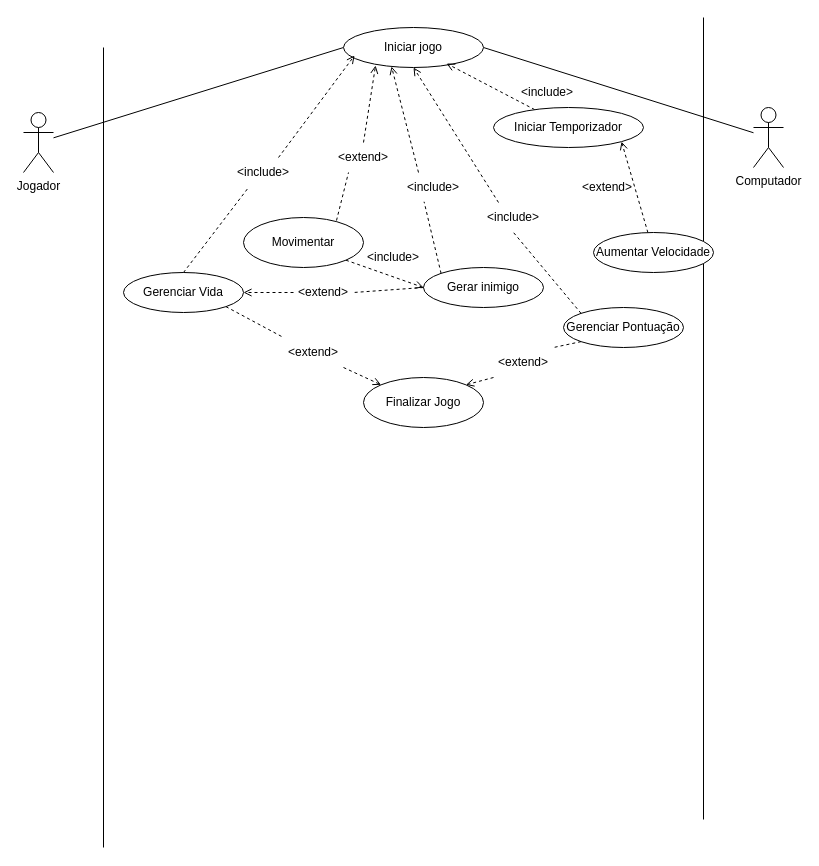
The draw.io diagram Diagrama sem nome.drawio in yuritelis/atvmusica, before the edit. Source tidied: cells renumbered, new cells numbered last; positions are measured from the earlier drawing's top-left corner, leaving out a move shared by most shapes. Both pictures are drawn from the tidied source at 100%, with x=0, y=0 at pixel (23, 17).
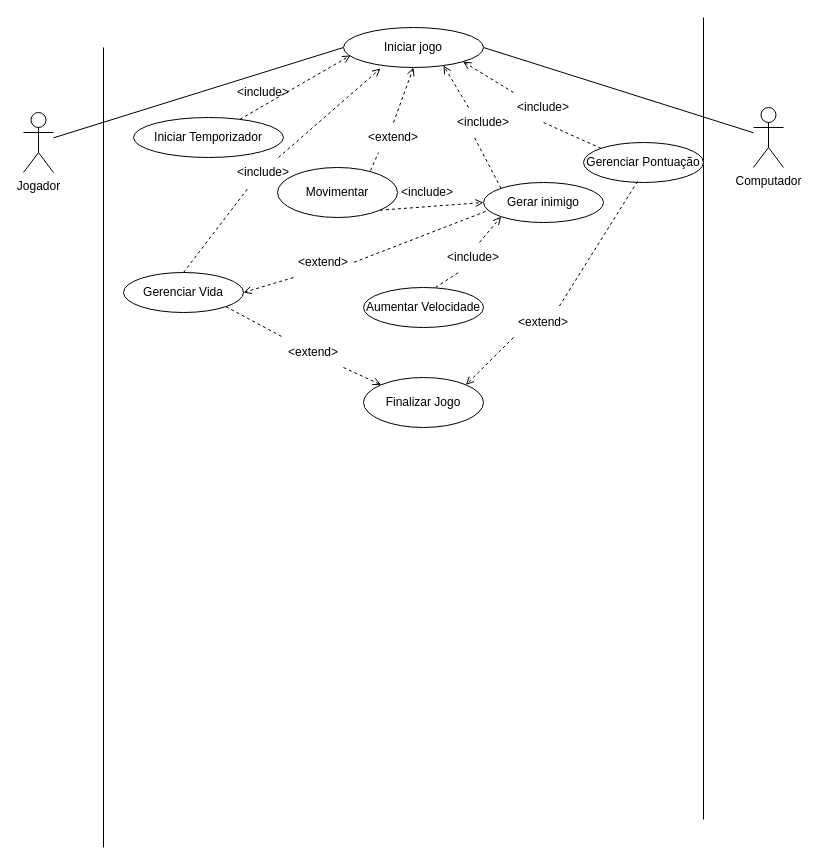
After the change.

Unchanged cells that the change refers to:
```xml
<mxCell id="8" value="Iniciar jogo" style="ellipse;whiteSpace=wrap;html=1;" parent="1" vertex="1">
  <mxGeometry x="320" y="10" width="140" height="40" as="geometry" />
</mxCell>
<mxCell id="15" value="Gerenciar Vida" style="ellipse;whiteSpace=wrap;html=1;" parent="1" vertex="1">
  <mxGeometry x="100" y="255" width="120" height="40" as="geometry" />
</mxCell>
<mxCell id="40" value="&amp;lt;include&amp;gt;" style="text;html=1;strokeColor=none;fillColor=none;align=center;verticalAlign=middle;whiteSpace=wrap;rounded=0;rotation=0;" parent="1" vertex="1">
  <mxGeometry x="210" y="140" width="60" height="30" as="geometry" />
</mxCell>
```

Change to the diagram source:
```diff
@@
     <mxCell id="10" value="Gerenciar Pontuação" style="ellipse;whiteSpace=wrap;html=1;" parent="1" vertex="1">
-      <mxGeometry x="540" y="290" width="120" height="40" as="geometry" />
+      <mxGeometry x="560" y="125" width="120" height="40" as="geometry" />
     </mxCell>
-    <mxCell id="11" style="rounded=0;jettySize=auto;html=1;exitX=0;exitY=0.5;exitDx=0;exitDy=0;entryX=1;entryY=0.5;entryDx=0;entryDy=0;endArrow=open;endFill=0;dashed=1;" parent="1" edge="1" source="42" target="15">
+    <mxCell id="11" style="rounded=0;jettySize=auto;html=1;exitX=0;exitY=1;exitDx=0;exitDy=0;entryX=1;entryY=0.5;entryDx=0;entryDy=0;endArrow=open;endFill=0;dashed=1;" parent="1" edge="1" source="42" target="15">
       <mxGeometry relative="1" as="geometry" />
     </mxCell>
     <mxCell id="12" value="Gerar inimigo" style="ellipse;whiteSpace=wrap;html=1;" parent="1" vertex="1">
-      <mxGeometry x="400" y="250" width="120" height="40" as="geometry" />
+      <mxGeometry x="460" y="165" width="120" height="40" as="geometry" />
     </mxCell>
-    <mxCell id="13" style="endArrow=open;html=1;rounded=0;entryX=0.5;entryY=1;entryDx=0;entryDy=0;dashed=1;endFill=0;exitX=0.25;exitY=0;exitDx=0;exitDy=0;" parent="1" edge="1" source="33" target="8">
+    <mxCell id="13" style="endArrow=open;html=1;rounded=0;entryX=1;entryY=1;entryDx=0;entryDy=0;dashed=1;endFill=0;exitX=0;exitY=0;exitDx=0;exitDy=0;" parent="1" edge="1" source="33" target="8">
       <mxGeometry relative="1" as="geometry" />
     </mxCell>
@@
-    <mxCell id="16" style="endArrow=open;html=1;rounded=0;exitX=0.75;exitY=0;exitDx=0;exitDy=0;dashed=1;endFill=0;entryX=0.079;entryY=0.7;entryDx=0;entryDy=0;entryPerimeter=0;" parent="1" edge="1" source="40" target="8">
+    <mxCell id="16" style="endArrow=open;html=1;rounded=0;exitX=0.75;exitY=0;exitDx=0;exitDy=0;dashed=1;endFill=0;entryX=0.264;entryY=1.025;entryDx=0;entryDy=0;entryPerimeter=0;" parent="1" edge="1" source="40" target="8">
       <mxGeometry relative="1" as="geometry" />
     </mxCell>
-    <mxCell id="17" style="rounded=0;jettySize=auto;html=1;exitX=0.5;exitY=0;exitDx=0;exitDy=0;entryX=0.229;entryY=0.95;entryDx=0;entryDy=0;entryPerimeter=0;dashed=1;endArrow=open;endFill=0;" parent="1" edge="1" source="31" target="8">
+    <mxCell id="17" style="rounded=0;jettySize=auto;html=1;exitX=0.5;exitY=0;exitDx=0;exitDy=0;entryX=0.5;entryY=1;entryDx=0;entryDy=0;dashed=1;endArrow=open;endFill=0;" parent="1" edge="1" source="31" target="8">
       <mxGeometry relative="1" as="geometry" />
     </mxCell>
     <mxCell id="18" value="Movimentar" style="ellipse;whiteSpace=wrap;html=1;" parent="1" vertex="1">
-      <mxGeometry x="220" y="200" width="120" height="50" as="geometry" />
+      <mxGeometry x="254" y="150" width="120" height="50" as="geometry" />
     </mxCell>
@@
-    <mxCell id="20" style="rounded=0;jettySize=auto;html=1;entryX=1;entryY=1;entryDx=0;entryDy=0;dashed=1;endArrow=open;endFill=0;" parent="1" edge="1" source="21" target="26">
-      <mxGeometry relative="1" as="geometry" />
-    </mxCell>
+    <mxCell id="43" style="rounded=0;jettySize=auto;html=1;exitX=0.6;exitY=0;exitDx=0;exitDy=0;entryX=0;entryY=1;entryDx=0;entryDy=0;exitPerimeter=0;dashed=1;endArrow=open;endFill=0;" parent="1" edge="1" source="45" target="12">
+      <mxGeometry relative="1" as="geometry" />
+    </mxCell>
     <mxCell id="21" value="Aumentar Velocidade" style="ellipse;whiteSpace=wrap;html=1;" parent="1" vertex="1">
-      <mxGeometry x="570" y="215" width="120" height="40" as="geometry" />
+      <mxGeometry x="340" y="270" width="120" height="40" as="geometry" />
     </mxCell>
-    <mxCell id="22" style="endArrow=open;html=1;rounded=0;exitX=0.25;exitY=0;exitDx=0;exitDy=0;dashed=1;endFill=0;entryX=0.343;entryY=0.975;entryDx=0;entryDy=0;entryPerimeter=0;" parent="1" edge="1" source="29" target="8">
+    <mxCell id="22" style="endArrow=open;html=1;rounded=0;exitX=0.25;exitY=0;exitDx=0;exitDy=0;dashed=1;endFill=0;entryX=0.714;entryY=0.95;entryDx=0;entryDy=0;entryPerimeter=0;" parent="1" edge="1" source="29" target="8">
       <mxGeometry relative="1" as="geometry" />
     </mxCell>
     <mxCell id="23" value="&amp;lt;include&amp;gt;" style="text;html=1;strokeColor=none;fillColor=none;align=center;verticalAlign=middle;whiteSpace=wrap;rounded=0;rotation=0;" parent="1" vertex="1">
-      <mxGeometry x="340" y="225" width="60" height="30" as="geometry" />
+      <mxGeometry x="374" y="160" width="60" height="30" as="geometry" />
     </mxCell>
     <mxCell id="24" value="&amp;lt;include&amp;gt;" style="text;html=1;strokeColor=none;fillColor=none;align=center;verticalAlign=middle;whiteSpace=wrap;rounded=0;rotation=0;" parent="1" vertex="1">
-      <mxGeometry x="494" y="60" width="60" height="30" as="geometry" />
+      <mxGeometry x="210" y="60" width="60" height="30" as="geometry" />
     </mxCell>
-    <mxCell id="25" style="rounded=0;jettySize=auto;html=1;entryX=0.736;entryY=0.9;entryDx=0;entryDy=0;entryPerimeter=0;dashed=1;endArrow=open;endFill=0;" parent="1" edge="1" source="26" target="8">
+    <mxCell id="25" style="rounded=0;jettySize=auto;html=1;entryX=0.05;entryY=0.7;entryDx=0;entryDy=0;dashed=1;endArrow=open;endFill=0;entryPerimeter=0;" parent="1" edge="1" source="26" target="8">
       <mxGeometry relative="1" as="geometry" />
     </mxCell>
     <mxCell id="26" value="Iniciar Temporizador" style="ellipse;whiteSpace=wrap;html=1;" parent="1" vertex="1">
-      <mxGeometry x="470" y="90" width="150" height="40" as="geometry" />
+      <mxGeometry x="110" y="100" width="150" height="40" as="geometry" />
     </mxCell>
-    <mxCell id="27" value="&amp;lt;extend&amp;gt;" style="text;html=1;strokeColor=none;fillColor=none;align=center;verticalAlign=middle;whiteSpace=wrap;rounded=0;rotation=0;" parent="1" vertex="1">
-      <mxGeometry x="554" y="155" width="60" height="30" as="geometry" />
-    </mxCell>
@@
     <mxCell id="29" value="&amp;lt;include&amp;gt;" style="text;html=1;strokeColor=none;fillColor=none;align=center;verticalAlign=middle;whiteSpace=wrap;rounded=0;rotation=0;" parent="1" vertex="1">
-      <mxGeometry x="380" y="155" width="60" height="30" as="geometry" />
+      <mxGeometry x="430" y="90" width="60" height="30" as="geometry" />
     </mxCell>
@@
     <mxCell id="31" value="&amp;lt;extend&amp;gt;" style="text;html=1;strokeColor=none;fillColor=none;align=center;verticalAlign=middle;whiteSpace=wrap;rounded=0;rotation=0;" parent="1" vertex="1">
-      <mxGeometry x="310" y="125" width="60" height="30" as="geometry" />
+      <mxGeometry x="340" y="105" width="60" height="30" as="geometry" />
     </mxCell>
@@
     <mxCell id="33" value="&amp;lt;include&amp;gt;" style="text;html=1;strokeColor=none;fillColor=none;align=center;verticalAlign=middle;whiteSpace=wrap;rounded=0;rotation=0;" parent="1" vertex="1">
-      <mxGeometry x="460" y="185" width="60" height="30" as="geometry" />
+      <mxGeometry x="490" y="75" width="60" height="30" as="geometry" />
     </mxCell>
@@
-    <mxCell id="37" style="rounded=0;jettySize=auto;html=1;exitX=0;exitY=1;exitDx=0;exitDy=0;entryX=1;entryY=0;entryDx=0;entryDy=0;dashed=1;endArrow=none;endFill=0;" parent="1" edge="1" source="10" target="38">
+    <mxCell id="37" style="rounded=0;jettySize=auto;html=1;exitX=0.45;exitY=0.975;exitDx=0;exitDy=0;entryX=0.75;entryY=0;entryDx=0;entryDy=0;dashed=1;endArrow=none;endFill=0;exitPerimeter=0;" parent="1" edge="1" source="10" target="38">
       <mxGeometry relative="1" as="geometry" />
     </mxCell>
     <mxCell id="38" value="&amp;lt;extend&amp;gt;" style="text;html=1;strokeColor=none;fillColor=none;align=center;verticalAlign=middle;whiteSpace=wrap;rounded=0;rotation=0;" parent="1" vertex="1">
-      <mxGeometry x="470" y="330" width="60" height="30" as="geometry" />
+      <mxGeometry x="490" y="290" width="60" height="30" as="geometry" />
     </mxCell>
@@
-    <mxCell id="41" style="rounded=0;jettySize=auto;html=1;exitX=0;exitY=0.5;exitDx=0;exitDy=0;entryX=1;entryY=0.5;entryDx=0;entryDy=0;endArrow=none;endFill=0;dashed=1;" parent="1" edge="1" source="12" target="42">
+    <mxCell id="41" style="rounded=0;jettySize=auto;html=1;exitX=0.017;exitY=0.725;exitDx=0;exitDy=0;entryX=1;entryY=0.5;entryDx=0;entryDy=0;endArrow=none;endFill=0;dashed=1;exitPerimeter=0;" parent="1" edge="1" source="12" target="42">
       <mxGeometry relative="1" as="geometry" />
     </mxCell>
     <mxCell id="42" value="&amp;lt;extend&amp;gt;" style="text;html=1;strokeColor=none;fillColor=none;align=center;verticalAlign=middle;whiteSpace=wrap;rounded=0;rotation=0;" parent="1" vertex="1">
-      <mxGeometry x="270" y="260" width="60" height="30" as="geometry" />
+      <mxGeometry x="270" y="230" width="60" height="30" as="geometry" />
     </mxCell>
+    <mxCell id="44" style="rounded=0;jettySize=auto;html=1;exitX=0.6;exitY=0;exitDx=0;exitDy=0;entryX=0.25;entryY=1;entryDx=0;entryDy=0;exitPerimeter=0;dashed=1;endArrow=none;endFill=0;" parent="1" edge="1" source="21" target="45">
+      <mxGeometry relative="1" as="geometry" />
+    </mxCell>
+    <mxCell id="45" value="&amp;lt;include&amp;gt;" style="text;html=1;strokeColor=none;fillColor=none;align=center;verticalAlign=middle;whiteSpace=wrap;rounded=0;rotation=0;" parent="1" vertex="1">
+      <mxGeometry x="420" y="225" width="60" height="30" as="geometry" />
+    </mxCell>
```
